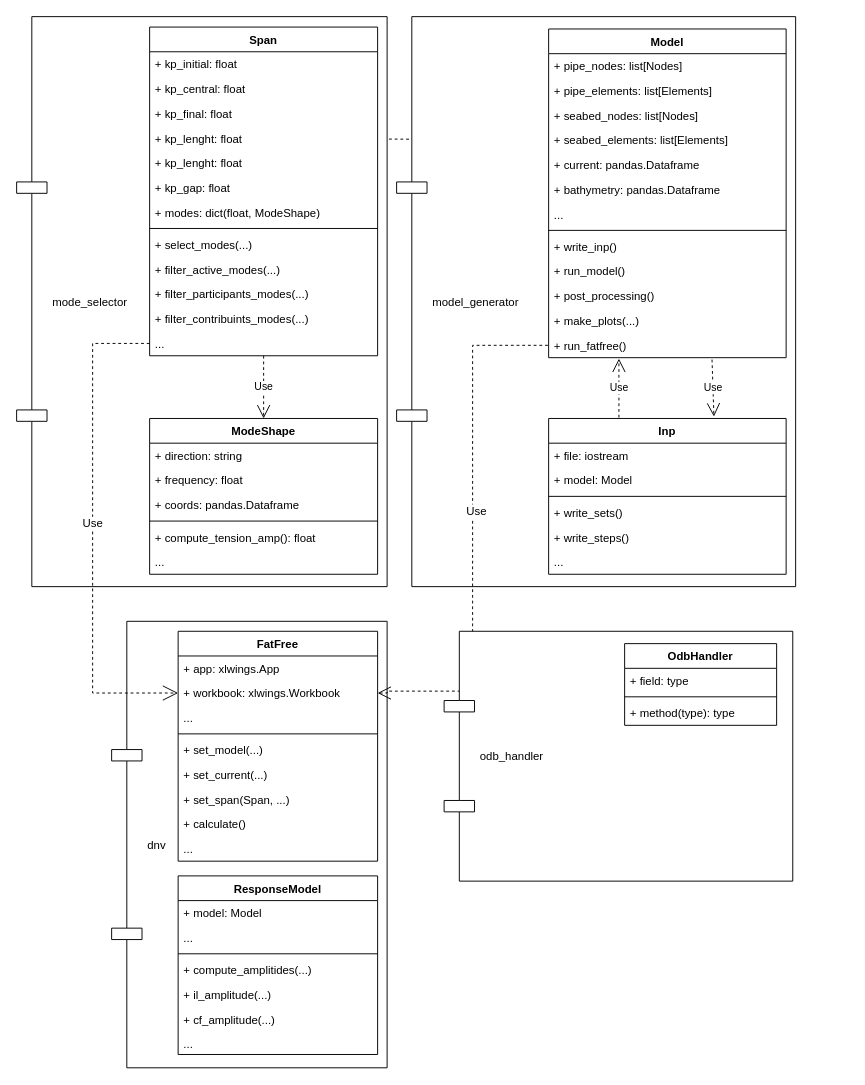
The draw.io diagram imagens/UML.drawio in wevertonms/dissertacao_mestrado, before the edit. Source tidied: cells renumbered, new cells numbered last; positions are measured from the earlier drawing's top-left corner, leaving out a move shared by most shapes. Both pictures are drawn from the tidied source at 95%, with x=0, y=0 at pixel (16, 16).
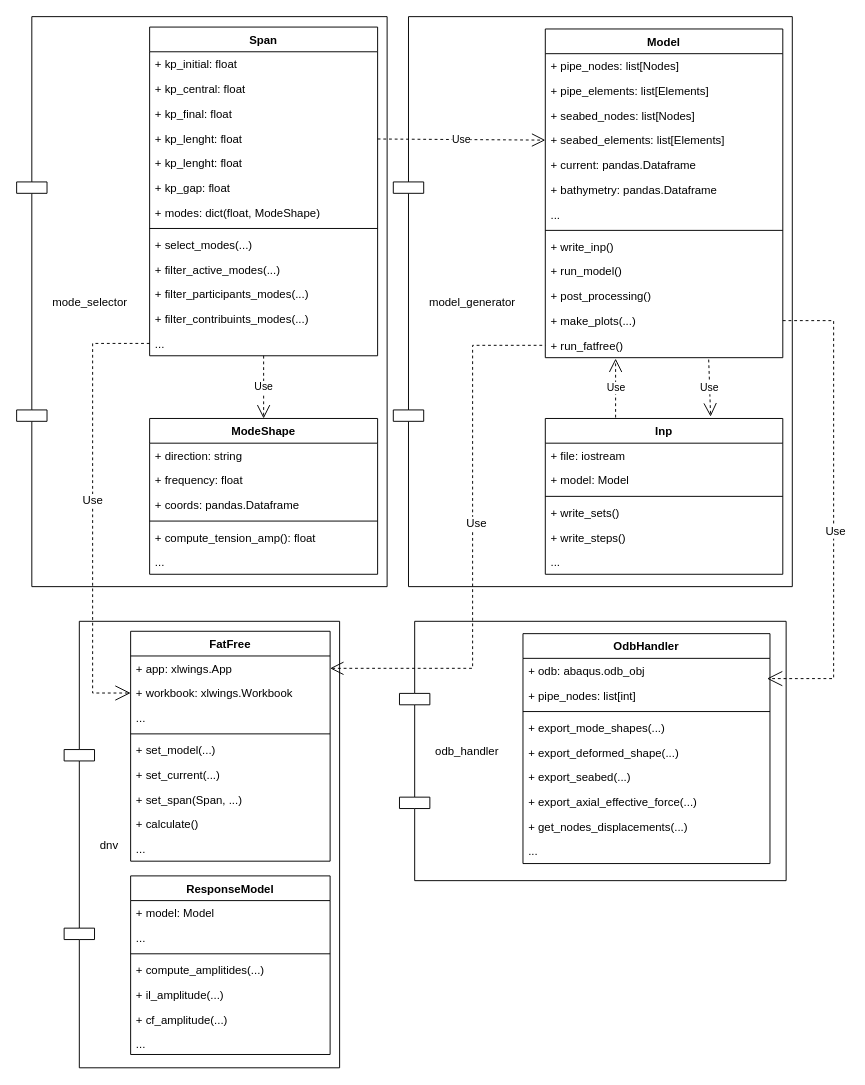
The same diagram, later.

The change refers to these unchanged cells:
```xml
<mxCell id="9" value="+ seabed_elements: list[Elements]" style="text;strokeColor=none;fillColor=none;align=left;verticalAlign=top;spacingLeft=4;spacingRight=4;overflow=hidden;points=[[0,0.5],[1,0.5]];portConstraint=eastwest;fontFamily=Fira Code;" parent="5" vertex="1">
  <mxGeometry y="104" width="250" height="26" as="geometry" />
</mxCell>
<mxCell id="17" value="+ make_plots(...)" style="text;strokeColor=none;fillColor=none;align=left;verticalAlign=top;spacingLeft=4;spacingRight=4;overflow=hidden;points=[[0,0.5],[1,0.5]];portConstraint=eastwest;fontFamily=Fira Code;" parent="5" vertex="1">
  <mxGeometry y="294" width="250" height="26" as="geometry" />
</mxCell>
<mxCell id="18" value="+ run_fatfree()" style="text;strokeColor=none;fillColor=none;align=left;verticalAlign=top;spacingLeft=4;spacingRight=4;overflow=hidden;points=[[0,0.5],[1,0.5]];portConstraint=eastwest;fontFamily=Fira Code;" parent="5" vertex="1">
  <mxGeometry y="320" width="250" height="26" as="geometry" />
</mxCell>
<mxCell id="34" value="+ kp_lenght: float" style="text;strokeColor=none;fillColor=none;align=left;verticalAlign=top;spacingLeft=4;spacingRight=4;overflow=hidden;points=[[0,0.5],[1,0.5]];portConstraint=eastwest;fontFamily=Fira Code;" parent="30" vertex="1">
  <mxGeometry y="104" width="240" height="26" as="geometry" />
</mxCell>
<mxCell id="55" value="+ app: xlwings.App" style="text;strokeColor=none;fillColor=none;align=left;verticalAlign=top;spacingLeft=4;spacingRight=4;overflow=hidden;points=[[0,0.5],[1,0.5]];portConstraint=eastwest;fontFamily=Fira Code;" parent="54" vertex="1">
  <mxGeometry y="26" width="210" height="26" as="geometry" />
</mxCell>
<mxCell id="56" value="+ workbook: xlwings.Workbook" style="text;strokeColor=none;fillColor=none;align=left;verticalAlign=top;spacingLeft=4;spacingRight=4;overflow=hidden;points=[[0,0.5],[1,0.5]];portConstraint=eastwest;fontFamily=Fira Code;" parent="54" vertex="1">
  <mxGeometry y="52" width="210" height="26" as="geometry" />
</mxCell>
```

Change to the diagram source:
```diff
@@
-    <mxCell id="2" value="Use" style="endArrow=open;endSize=12;dashed=1;html=1;fontFamily=Fira Code;entryX=0;entryY=0.5;entryDx=0;entryDy=0;" parent="1" edge="1" source="34" target="9">
-      <mxGeometry relative="1" as="geometry" />
-    </mxCell>
     <mxCell id="3" style="group;" parent="1" vertex="1">
-      <mxGeometry x="400" width="420" height="600" as="geometry" />
+      <mxGeometry x="396.5" width="420" height="600" as="geometry" />
     </mxCell>
@@
     <mxCell id="52" style="group;" parent="1" vertex="1">
-      <mxGeometry x="100" y="636.5" width="290" height="470" as="geometry" />
+      <mxGeometry x="50" y="636.5" width="290" height="470" as="geometry" />
     </mxCell>
@@
-    <mxCell id="72" style="rounded=0;jettySize=auto;html=1;exitX=1;exitY=0.5;exitDx=0;exitDy=0;entryX=0;entryY=0.5;entryDx=0;entryDy=0;fontFamily=Fira Code;dashed=1;endArrow=none;endFill=0;endSize=14;startArrow=open;startFill=0;strokeWidth=1;startSize=12;edgeStyle=orthogonalEdgeStyle;" parent="1" edge="1" source="56" target="18">
-      <mxGeometry relative="1" as="geometry">
-        <Array as="points">
-          <mxPoint x="390" y="712" />
-          <mxPoint x="390" y="710" />
-          <mxPoint x="480" y="710" />
-          <mxPoint x="480" y="346" />
-        </Array>
-      </mxGeometry>
-    </mxCell>
-    <mxCell id="73" value="Use" style="text;html=1;align=center;verticalAlign=middle;labelBackgroundColor=#ffffff;fontFamily=Fira Code;" parent="72" vertex="1">
-      <mxGeometry x="0.07" y="-3" relative="1" as="geometry" />
-    </mxCell>
@@
+    <mxCell id="81" style="group;" parent="1" vertex="1">
+      <mxGeometry x="403" y="636.5" width="407" height="273" as="geometry" />
+    </mxCell>
-    <mxCell id="76" value="odb_handler" style="shape=component;align=left;spacingLeft=36;fontFamily=Fira Code;" parent="1" vertex="1">
-      <mxGeometry x="450" y="647" width="367" height="263" as="geometry" />
+    <mxCell id="76" value="odb_handler" style="shape=component;align=left;spacingLeft=36;fontFamily=Fira Code;" parent="81" vertex="1">
+      <mxGeometry width="407" height="273" as="geometry" />
     </mxCell>
-    <mxCell id="77" value="OdbHandler" style="swimlane;fontStyle=1;align=center;verticalAlign=top;horizontal=1;startSize=26;fontFamily=Fira Code;" parent="1" vertex="1">
-      <mxGeometry x="640" y="660" width="160" height="86" as="geometry" />
+    <mxCell id="77" value="OdbHandler" style="swimlane;fontStyle=1;align=center;verticalAlign=top;horizontal=1;startSize=26;fontFamily=Fira Code;" parent="81" vertex="1">
+      <mxGeometry x="130" y="13" width="260" height="242" as="geometry" />
     </mxCell>
-    <mxCell id="78" value="+ field: type" style="text;strokeColor=none;fillColor=none;align=left;verticalAlign=top;spacingLeft=4;spacingRight=4;overflow=hidden;" parent="77" vertex="1">
-      <mxGeometry y="26" width="160" height="26" as="geometry" />
+    <mxCell id="78" value="+ odb: abaqus.odb_obj" style="text;strokeColor=none;fillColor=none;align=left;verticalAlign=top;spacingLeft=4;spacingRight=4;overflow=hidden;fontFamily=Fira Code;" parent="77" vertex="1">
+      <mxGeometry y="26" width="260" height="26" as="geometry" />
     </mxCell>
+    <mxCell id="82" value="+ pipe_nodes: list[int]" style="text;strokeColor=none;fillColor=none;align=left;verticalAlign=top;spacingLeft=4;spacingRight=4;overflow=hidden;points=[[0,0.5],[1,0.5]];portConstraint=eastwest;fontFamily=Fira Code;" parent="77" vertex="1">
+      <mxGeometry y="52" width="260" height="26" as="geometry" />
+    </mxCell>
-    <mxCell id="79" style="line;strokeWidth=1;fillColor=none;align=left;verticalAlign=middle;spacingTop=-1;spacingLeft=3;spacingRight=3;labelPosition=right;" parent="77" vertex="1">
-      <mxGeometry y="52" width="160" height="8" as="geometry" />
+    <mxCell id="79" style="line;strokeWidth=1;fillColor=none;align=left;verticalAlign=middle;spacingTop=-1;spacingLeft=3;spacingRight=3;labelPosition=right;fontFamily=Fira Code;" parent="77" vertex="1">
+      <mxGeometry y="78" width="260" height="8" as="geometry" />
     </mxCell>
-    <mxCell id="80" value="+ method(type): type" style="text;strokeColor=none;fillColor=none;align=left;verticalAlign=top;spacingLeft=4;spacingRight=4;overflow=hidden;" parent="77" vertex="1">
-      <mxGeometry y="60" width="160" height="26" as="geometry" />
+    <mxCell id="80" value="+ export_mode_shapes(...) " style="text;strokeColor=none;fillColor=none;align=left;verticalAlign=top;spacingLeft=4;spacingRight=4;overflow=hidden;fontFamily=Fira Code;" parent="77" vertex="1">
+      <mxGeometry y="86" width="260" height="26" as="geometry" />
     </mxCell>
+    <mxCell id="83" value="+ export_deformed_shape(...) " style="text;strokeColor=none;fillColor=none;align=left;verticalAlign=top;spacingLeft=4;spacingRight=4;overflow=hidden;fontFamily=Fira Code;" parent="77" vertex="1">
+      <mxGeometry y="112" width="260" height="26" as="geometry" />
+    </mxCell>
+    <mxCell id="84" value="+ export_seabed(...) " style="text;strokeColor=none;fillColor=none;align=left;verticalAlign=top;spacingLeft=4;spacingRight=4;overflow=hidden;fontFamily=Fira Code;" parent="77" vertex="1">
+      <mxGeometry y="138" width="260" height="26" as="geometry" />
+    </mxCell>
+    <mxCell id="85" value="+ export_axial_effective_force(...) " style="text;strokeColor=none;fillColor=none;align=left;verticalAlign=top;spacingLeft=4;spacingRight=4;overflow=hidden;fontFamily=Fira Code;" parent="77" vertex="1">
+      <mxGeometry y="164" width="260" height="26" as="geometry" />
+    </mxCell>
+    <mxCell id="86" value="+ get_nodes_displacements(...) " style="text;strokeColor=none;fillColor=none;align=left;verticalAlign=top;spacingLeft=4;spacingRight=4;overflow=hidden;fontFamily=Fira Code;" parent="77" vertex="1">
+      <mxGeometry y="190" width="260" height="26" as="geometry" />
+    </mxCell>
+    <mxCell id="87" value="..." style="text;strokeColor=none;fillColor=none;align=left;verticalAlign=top;spacingLeft=4;spacingRight=4;overflow=hidden;fontFamily=Fira Code;" parent="77" vertex="1">
+      <mxGeometry y="216" width="260" height="26" as="geometry" />
+    </mxCell>
+    <mxCell id="72" style="rounded=0;jettySize=auto;html=1;exitX=1;exitY=0.5;exitDx=0;exitDy=0;entryX=0;entryY=0.5;entryDx=0;entryDy=0;fontFamily=Fira Code;dashed=1;endArrow=none;endFill=0;endSize=14;startArrow=open;startFill=0;strokeWidth=1;startSize=12;edgeStyle=orthogonalEdgeStyle;" parent="1" edge="1" source="55" target="18">
+      <mxGeometry relative="1" as="geometry">
+        <Array as="points">
+          <mxPoint x="480" y="686" />
+          <mxPoint x="480" y="346" />
+        </Array>
+      </mxGeometry>
+    </mxCell>
+    <mxCell id="73" value="Use" style="text;html=1;align=center;verticalAlign=middle;labelBackgroundColor=#ffffff;fontFamily=Fira Code;" parent="72" vertex="1">
+      <mxGeometry x="0.07" y="-3" relative="1" as="geometry" />
+    </mxCell>
+    <mxCell id="88" style="edgeStyle=orthogonalEdgeStyle;rounded=0;jettySize=auto;html=1;exitX=1;exitY=0.5;exitDx=0;exitDy=0;entryX=0.988;entryY=-0.18;entryDx=0;entryDy=0;entryPerimeter=0;dashed=1;startArrow=none;startFill=0;startSize=14;endArrow=open;endFill=0;endSize=14;strokeWidth=1;fontFamily=Fira Code;" parent="1" edge="1" source="17" target="82">
+      <mxGeometry relative="1" as="geometry">
+        <Array as="points">
+          <mxPoint x="860" y="320" />
+          <mxPoint x="860" y="697" />
+        </Array>
+      </mxGeometry>
+    </mxCell>
+    <mxCell id="89" value="Use" style="text;html=1;align=center;verticalAlign=middle;labelBackgroundColor=#ffffff;fontFamily=Fira Code;" parent="88" vertex="1">
+      <mxGeometry x="0.1" y="1" relative="1" as="geometry" />
+    </mxCell>
+    <mxCell id="2" value="Use" style="endArrow=open;endSize=12;dashed=1;html=1;fontFamily=Fira Code;entryX=0;entryY=0.5;entryDx=0;entryDy=0;" parent="1" edge="1" source="34" target="9">
+      <mxGeometry relative="1" as="geometry" />
+    </mxCell>
```
